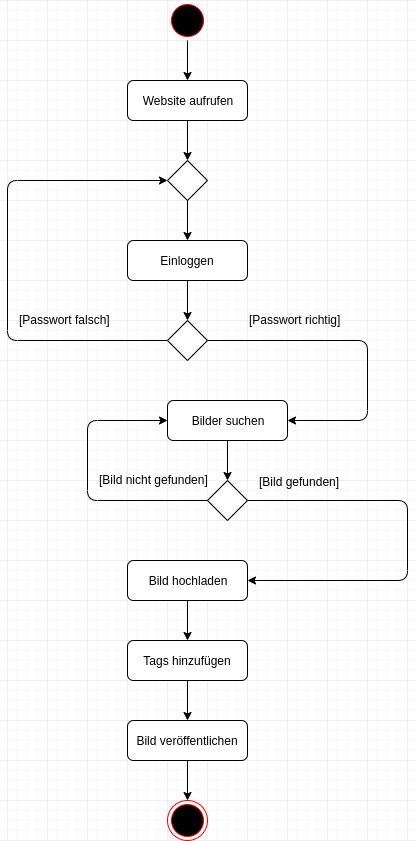
Above: Doc/UML/AktivitätsDiagramm.png in kosquiz/imageboard (draw.io), before the change. Source tidied: cells renumbered, new cells last; positions are measured from the earlier drawing's top-left corner, leaving out a move shared by most shapes. The source it was exported from:
```xml
<mxGraphModel background="#ffffff">
  <root>
    <mxCell id="0" />
    <mxCell id="1" parent="0" />
    <mxCell id="2" style="ellipse;html=1;shape=startState;fillColor=#000000;strokeColor=#ff0000;" parent="1" vertex="1">
      <mxGeometry x="160" width="40" height="40" as="geometry" />
    </mxCell>
    <mxCell id="3" style="endArrow=classic;html=1;entryX=0.5;entryY=0;entryDx=0;entryDy=0;" parent="1" edge="1" source="2" target="4">
      <mxGeometry relative="1" as="geometry" />
    </mxCell>
    <mxCell id="4" value="Website aufrufen" style="rounded=1;whiteSpace=wrap;html=1;" parent="1" vertex="1">
      <mxGeometry x="120" y="80" width="120" height="40" as="geometry" />
    </mxCell>
    <mxCell id="5" style="endArrow=classic;html=1;exitX=0.5;exitY=1;exitDx=0;exitDy=0;" parent="1" edge="1" source="4">
      <mxGeometry relative="1" as="geometry">
        <mxPoint x="180" y="160" as="targetPoint" />
      </mxGeometry>
    </mxCell>
    <mxCell id="6" style="rhombus;whiteSpace=wrap;html=1;" parent="1" vertex="1">
      <mxGeometry x="160" y="160" width="40" height="40" as="geometry" />
    </mxCell>
    <mxCell id="7" style="endArrow=classic;html=1;exitX=0.5;exitY=1;exitDx=0;exitDy=0;" parent="1" edge="1" source="6">
      <mxGeometry relative="1" as="geometry">
        <mxPoint x="180" y="240" as="targetPoint" />
      </mxGeometry>
    </mxCell>
    <mxCell id="8" value="Einloggen" style="rounded=1;whiteSpace=wrap;html=1;" parent="1" vertex="1">
      <mxGeometry x="120" y="240" width="120" height="40" as="geometry" />
    </mxCell>
    <mxCell id="9" style="endArrow=classic;html=1;exitX=0;exitY=0.5;exitDx=0;exitDy=0;entryX=0;entryY=0.5;entryDx=0;entryDy=0;" parent="1" edge="1" source="12" target="6">
      <mxGeometry relative="1" as="geometry">
        <Array as="points">
          <mxPoint y="340" />
          <mxPoint y="180" />
        </Array>
      </mxGeometry>
    </mxCell>
    <mxCell id="10" value="[Passwort falsch]" style="text;html=1;align=left;verticalAlign=top;spacingTop=-4;" parent="1" vertex="1">
      <mxGeometry x="10" y="310" width="110" height="20" as="geometry" />
    </mxCell>
    <mxCell id="11" style="endArrow=classic;html=1;exitX=0.5;exitY=1;exitDx=0;exitDy=0;" parent="1" edge="1" source="8">
      <mxGeometry relative="1" as="geometry">
        <mxPoint x="180" y="320" as="targetPoint" />
      </mxGeometry>
    </mxCell>
    <mxCell id="12" style="rhombus;whiteSpace=wrap;html=1;" parent="1" vertex="1">
      <mxGeometry x="160" y="320" width="40" height="40" as="geometry" />
    </mxCell>
    <mxCell id="13" style="endArrow=classic;html=1;exitX=1;exitY=0.5;exitDx=0;exitDy=0;entryX=1;entryY=0.5;entryDx=0;entryDy=0;" parent="1" edge="1" source="12" target="15">
      <mxGeometry relative="1" as="geometry">
        <Array as="points">
          <mxPoint x="360" y="340" />
          <mxPoint x="360" y="420" />
        </Array>
      </mxGeometry>
    </mxCell>
    <mxCell id="14" value="[Passwort richtig]" style="text;html=1;align=left;verticalAlign=top;spacingTop=-4;" parent="1" vertex="1">
      <mxGeometry x="240" y="310" width="110" height="20" as="geometry" />
    </mxCell>
    <mxCell id="15" value="Bilder suchen" style="rounded=1;whiteSpace=wrap;html=1;" parent="1" vertex="1">
      <mxGeometry x="160" y="400" width="120" height="40" as="geometry" />
    </mxCell>
    <mxCell id="16" style="endArrow=classic;html=1;exitX=0.5;exitY=1;exitDx=0;exitDy=0;" parent="1" edge="1" source="15">
      <mxGeometry relative="1" as="geometry">
        <mxPoint x="220" y="480" as="targetPoint" />
      </mxGeometry>
    </mxCell>
    <mxCell id="17" style="rhombus;whiteSpace=wrap;html=1;" parent="1" vertex="1">
      <mxGeometry x="200" y="480" width="40" height="40" as="geometry" />
    </mxCell>
    <mxCell id="18" style="endArrow=classic;html=1;exitX=0;exitY=0.5;exitDx=0;exitDy=0;entryX=0;entryY=0.5;entryDx=0;entryDy=0;" parent="1" edge="1" source="17" target="15">
      <mxGeometry relative="1" as="geometry">
        <Array as="points">
          <mxPoint x="80" y="500" />
          <mxPoint x="80" y="420" />
        </Array>
      </mxGeometry>
    </mxCell>
    <mxCell id="19" value="[Bild nicht gefunden]" style="text;html=1;align=left;verticalAlign=top;spacingTop=-4;" parent="1" vertex="1">
      <mxGeometry x="90" y="470" width="120" height="20" as="geometry" />
    </mxCell>
    <mxCell id="20" style="endArrow=classic;html=1;exitX=1;exitY=0.5;exitDx=0;exitDy=0;entryX=1;entryY=0.5;entryDx=0;entryDy=0;" parent="1" edge="1" source="17" target="22">
      <mxGeometry relative="1" as="geometry">
        <Array as="points">
          <mxPoint x="400" y="500" />
          <mxPoint x="400" y="580" />
        </Array>
      </mxGeometry>
    </mxCell>
    <mxCell id="21" value="[Bild gefunden]" style="text;html=1;align=left;verticalAlign=top;spacingTop=-4;" parent="1" vertex="1">
      <mxGeometry x="250" y="472" width="100" height="20" as="geometry" />
    </mxCell>
    <mxCell id="22" value="Bild hochladen" style="rounded=1;whiteSpace=wrap;html=1;" parent="1" vertex="1">
      <mxGeometry x="120" y="560" width="120" height="40" as="geometry" />
    </mxCell>
    <mxCell id="23" value="Tags hinzufügen" style="rounded=1;whiteSpace=wrap;html=1;" parent="1" vertex="1">
      <mxGeometry x="120" y="640" width="120" height="40" as="geometry" />
    </mxCell>
    <mxCell id="24" style="endArrow=classic;html=1;exitX=0.5;exitY=1;exitDx=0;exitDy=0;" parent="1" edge="1" source="22" target="23">
      <mxGeometry relative="1" as="geometry" />
    </mxCell>
    <mxCell id="25" value="Bild veröffentlichen" style="rounded=1;whiteSpace=wrap;html=1;" parent="1" vertex="1">
      <mxGeometry x="120" y="720" width="120" height="40" as="geometry" />
    </mxCell>
    <mxCell id="26" style="endArrow=classic;html=1;exitX=0.5;exitY=1;exitDx=0;exitDy=0;entryX=0.5;entryY=0;entryDx=0;entryDy=0;" parent="1" edge="1" source="23" target="25">
      <mxGeometry relative="1" as="geometry" />
    </mxCell>
    <mxCell id="27" style="ellipse;html=1;shape=endState;fillColor=#000000;strokeColor=#ff0000;" parent="1" vertex="1">
      <mxGeometry x="160" y="800" width="40" height="40" as="geometry" />
    </mxCell>
    <mxCell id="28" style="endArrow=classic;html=1;entryX=0.5;entryY=0;entryDx=0;entryDy=0;" parent="1" edge="1" source="25" target="27">
      <mxGeometry relative="1" as="geometry" />
    </mxCell>
  </root>
</mxGraphModel>
```
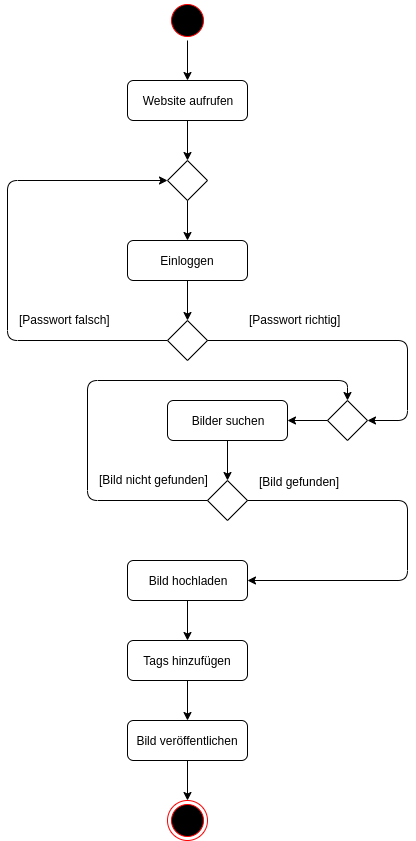
The same file after the commit.

Commit message:
Beheben eines Fehler im Aktivitätsdiagramm

The edit, as a diff of the source:
```diff
@@ -46,11 +46,11 @@
     <mxCell id="12" style="rhombus;whiteSpace=wrap;html=1;" parent="1" vertex="1">
       <mxGeometry x="160" y="320" width="40" height="40" as="geometry" />
     </mxCell>
-    <mxCell id="13" style="endArrow=classic;html=1;exitX=1;exitY=0.5;exitDx=0;exitDy=0;entryX=1;entryY=0.5;entryDx=0;entryDy=0;" parent="1" edge="1" source="12" target="15">
+    <mxCell id="13" style="endArrow=classic;html=1;exitX=1;exitY=0.5;exitDx=0;exitDy=0;entryX=1;entryY=0.5;entryDx=0;entryDy=0;" parent="1" edge="1" source="12" target="29">
       <mxGeometry relative="1" as="geometry">
         <Array as="points">
-          <mxPoint x="360" y="340" />
-          <mxPoint x="360" y="420" />
+          <mxPoint x="400" y="340" />
+          <mxPoint x="400" y="420" />
         </Array>
       </mxGeometry>
     </mxCell>
@@ -68,11 +68,12 @@
     <mxCell id="17" style="rhombus;whiteSpace=wrap;html=1;" parent="1" vertex="1">
       <mxGeometry x="200" y="480" width="40" height="40" as="geometry" />
     </mxCell>
-    <mxCell id="18" style="endArrow=classic;html=1;exitX=0;exitY=0.5;exitDx=0;exitDy=0;entryX=0;entryY=0.5;entryDx=0;entryDy=0;" parent="1" edge="1" source="17" target="15">
+    <mxCell id="18" style="endArrow=classic;html=1;exitX=0;exitY=0.5;exitDx=0;exitDy=0;entryX=0.5;entryY=0;entryDx=0;entryDy=0;" parent="1" edge="1" source="17" target="29">
       <mxGeometry relative="1" as="geometry">
         <Array as="points">
           <mxPoint x="80" y="500" />
-          <mxPoint x="80" y="420" />
+          <mxPoint x="80" y="380" />
+          <mxPoint x="340" y="380" />
         </Array>
       </mxGeometry>
     </mxCell>
@@ -111,5 +112,11 @@
     <mxCell id="28" style="endArrow=classic;html=1;entryX=0.5;entryY=0;entryDx=0;entryDy=0;" parent="1" edge="1" source="25" target="27">
       <mxGeometry relative="1" as="geometry" />
     </mxCell>
+    <mxCell id="29" style="rhombus;whiteSpace=wrap;html=1;" parent="1" vertex="1">
+      <mxGeometry x="320" y="400" width="40" height="40" as="geometry" />
+    </mxCell>
+    <mxCell id="30" style="endArrow=classic;html=1;entryX=1;entryY=0.5;entryDx=0;entryDy=0;exitX=0;exitY=0.5;exitDx=0;exitDy=0;" parent="1" edge="1" source="29" target="15">
+      <mxGeometry relative="1" as="geometry" />
+    </mxCell>
   </root>
 </mxGraphModel>
```
